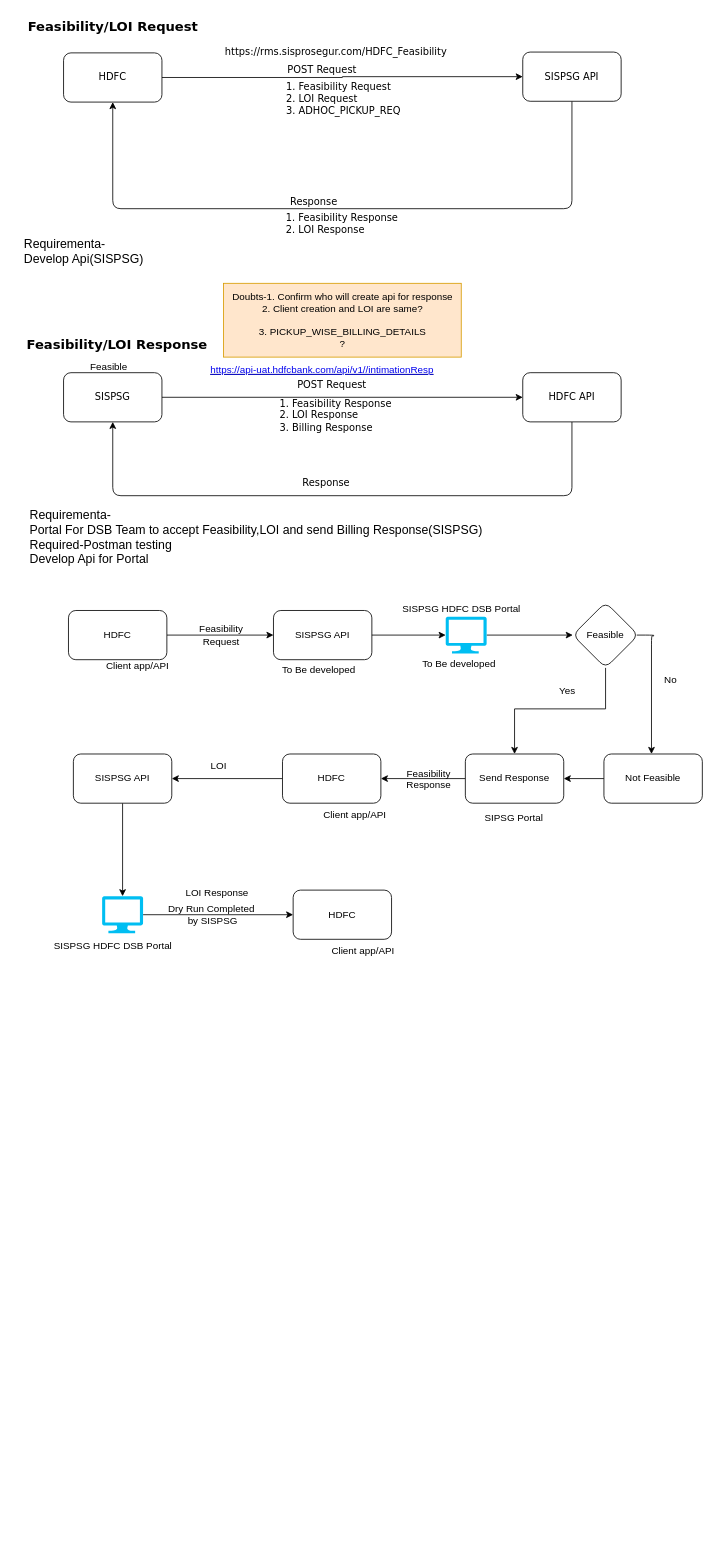
The draw.io diagram Hdfc.drawio in ubermachine/Drawio, before the edit. Source tidied: cells renumbered, new cells numbered last; positions are measured from the earlier drawing's top-left corner, leaving out a move shared by most shapes. Both pictures are drawn from the tidied source at 82%, with x=0, y=0 at pixel (14, 14).
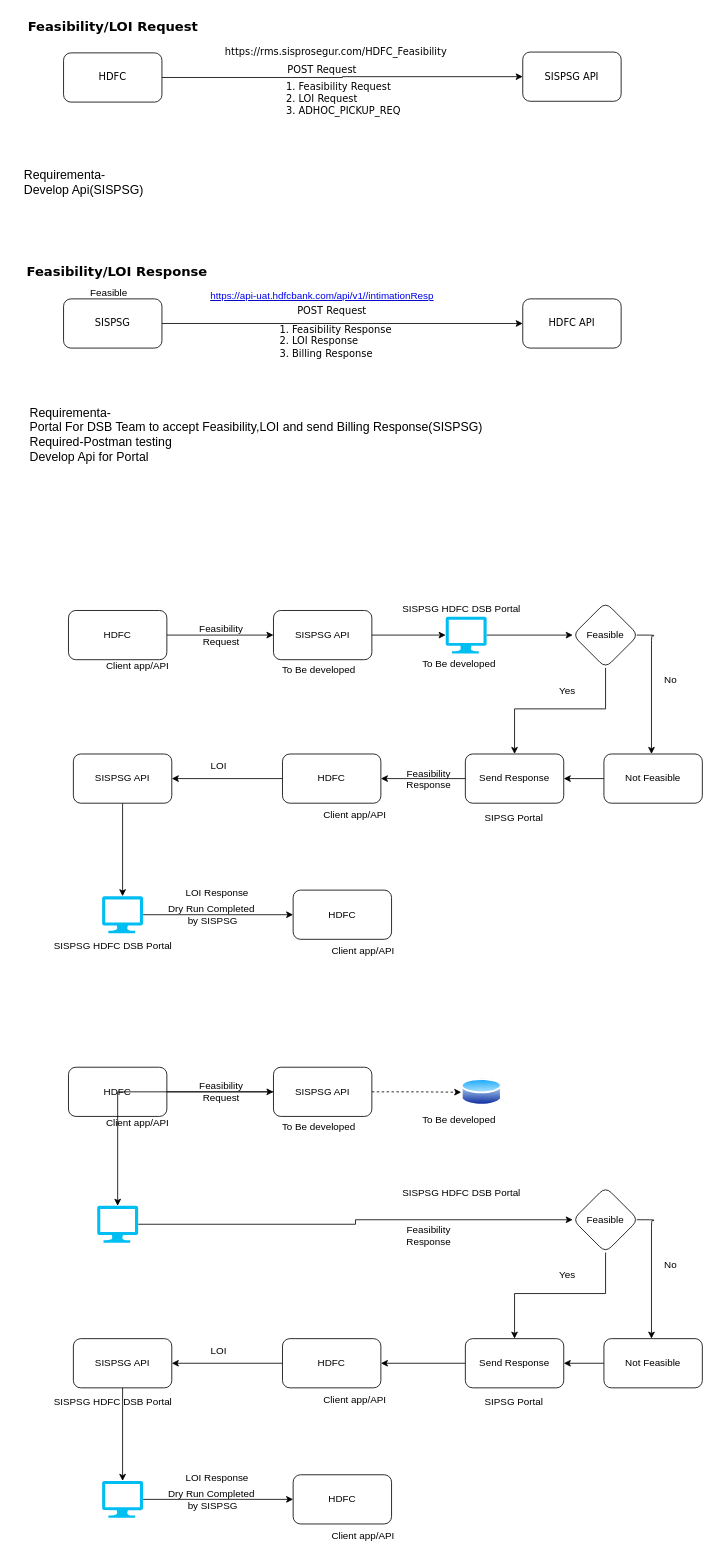
Above is the later version.

The change refers to these unchanged cells:
```xml
<mxCell id="3" value="HDFC" style="rounded=1;whiteSpace=wrap;html=1;fontStyle=0;fontFamily=Verdana;" parent="1" vertex="1">
  <mxGeometry x="60" y="47" width="120" height="60" as="geometry" />
</mxCell>
<mxCell id="5" value="SISPSG API" style="whiteSpace=wrap;html=1;rounded=1;fontStyle=0;fontFamily=Verdana;" parent="1" vertex="1">
  <mxGeometry x="620" y="46" width="120" height="60" as="geometry" />
</mxCell>
```

The edit, as a diff of the source:
```diff
@@
-    <mxCell id="4" style="edgeStyle=orthogonalEdgeStyle;rounded=1;jettySize=auto;html=1;exitX=0.5;exitY=1;exitDx=0;exitDy=0;entryX=0.5;entryY=1;entryDx=0;entryDy=0;fontFamily=Verdana;fontStyle=0;curved=0;" parent="1" edge="1" source="5" target="3">
-      <mxGeometry relative="1" as="geometry">
-        <Array as="points">
-          <mxPoint x="680" y="237" />
-          <mxPoint x="120" y="237" />
-        </Array>
-      </mxGeometry>
-    </mxCell>
@@
-    <mxCell id="7" value="&lt;div align=&quot;left&quot;&gt;&lt;ol&gt;&lt;li&gt;Feasibility Response&lt;/li&gt;&lt;li&gt;LOI Response&lt;/li&gt;&lt;/ol&gt;&lt;/div&gt;" style="text;html=1;align=center;verticalAlign=middle;strokeColor=none;fillColor=none;fontStyle=0;fontFamily=Verdana;" parent="1" vertex="1">
-      <mxGeometry x="292" y="220" width="190" height="70" as="geometry" />
-    </mxCell>
@@
-    <mxCell id="9" value="Response" style="text;html=1;align=center;verticalAlign=middle;strokeColor=none;fillColor=none;fontStyle=0;fontFamily=Verdana;" parent="1" vertex="1">
-      <mxGeometry x="320" y="214" width="90" height="30" as="geometry" />
-    </mxCell>
@@
     <mxCell id="12" value="Feasibility/LOI Response" style="text;html=1;align=center;verticalAlign=middle;strokeColor=none;fillColor=none;fontStyle=1;fontSize=16;fontFamily=Verdana;" parent="1" vertex="1">
-      <mxGeometry y="388" width="250" height="30" as="geometry" />
+      <mxGeometry y="298" width="250" height="30" as="geometry" />
     </mxCell>
@@
     <mxCell id="14" value="SISPSG" style="whiteSpace=wrap;html=1;rounded=1;fontStyle=0;fontFamily=Verdana;" parent="1" vertex="1">
-      <mxGeometry x="60" y="437" width="120" height="60" as="geometry" />
+      <mxGeometry x="60" y="347" width="120" height="60" as="geometry" />
     </mxCell>
-    <mxCell id="15" style="edgeStyle=orthogonalEdgeStyle;rounded=1;jettySize=auto;html=1;exitX=0.5;exitY=1;exitDx=0;exitDy=0;entryX=0.5;entryY=1;entryDx=0;entryDy=0;curved=0;" parent="1" edge="1" source="16" target="14">
-      <mxGeometry relative="1" as="geometry">
-        <Array as="points">
-          <mxPoint x="680" y="587" />
-          <mxPoint x="120" y="587" />
-        </Array>
-      </mxGeometry>
-    </mxCell>
     <mxCell id="16" value="HDFC API" style="whiteSpace=wrap;html=1;fontFamily=Verdana;rounded=1;fontStyle=0;" parent="1" vertex="1">
-      <mxGeometry x="620" y="437" width="120" height="60" as="geometry" />
+      <mxGeometry x="620" y="347" width="120" height="60" as="geometry" />
     </mxCell>
     <mxCell id="17" value="POST Request" style="text;html=1;align=center;verticalAlign=middle;strokeColor=none;fillColor=none;fontStyle=0;fontFamily=Verdana;" parent="1" vertex="1">
-      <mxGeometry x="332" y="437" width="110" height="30" as="geometry" />
+      <mxGeometry x="332" y="347" width="110" height="30" as="geometry" />
     </mxCell>
-    <mxCell id="18" value="Response" style="text;html=1;align=center;verticalAlign=middle;strokeColor=none;fillColor=none;fontStyle=0;fontFamily=Verdana;" parent="1" vertex="1">
-      <mxGeometry x="335" y="557" width="90" height="30" as="geometry" />
-    </mxCell>
     <mxCell id="19" value="&lt;u&gt;&lt;a title=&quot;Original URL: https://api-uat.hdfcbank.com/api/v1/dsb/intimationResp. Click or tap if you trust this link.&quot; target=&quot;_blank&quot; href=&quot;https://ind01.safelinks.protection.outlook.com/?url=https%3A%2F%2Fapi-uat.hdfcbank.com%2Fapi%2Fv1%2Fdsb%2FintimationResp&amp;amp;data=05%7C01%7Cshubham.pawar4%40hdfcbank.com%7C284244c8ec6b4c64b9b008db6e779bee%7C827fd02205a64e57be9ccc069b6ae62d%7C0%7C0%7C638225232243491934%7CUnknown%7CTWFpbGZsb3d8eyJWIjoiMC4wLjAwMDAiLCJQIjoiV2luMzIiLCJBTiI6Ik1haWwiLCJXVCI6Mn0%3D%7C3000%7C%7C%7C&amp;amp;sdata=QB7lebr9Tw6JcELbrLSqCNylo0V3PcAyTXZZP5ZpUk0%3D&amp;amp;reserved=0&quot;&gt;https://api-uat.hdfcbank.com/api/v1//intimationResp&lt;/a&gt;&lt;/u&gt;" style="text;html=1;align=center;verticalAlign=middle;strokeColor=none;fillColor=none;" parent="1" vertex="1">
-      <mxGeometry x="225" y="419" width="300" height="30" as="geometry" />
+      <mxGeometry x="225" y="329" width="300" height="30" as="geometry" />
     </mxCell>
     <mxCell id="20" value="&lt;div align=&quot;left&quot;&gt;&lt;ol&gt;&lt;li&gt;Feasibility Response&lt;/li&gt;&lt;li&gt;LOI Response&lt;/li&gt;&lt;li&gt;Billing Response&lt;br&gt;&lt;/li&gt;&lt;/ol&gt;&lt;/div&gt;" style="text;html=1;align=left;verticalAlign=middle;strokeColor=none;fillColor=none;fontStyle=0;fontFamily=Verdana;" parent="1" vertex="1">
-      <mxGeometry x="297" y="449" width="190" height="80" as="geometry" />
+      <mxGeometry x="297" y="359" width="190" height="80" as="geometry" />
     </mxCell>
-    <mxCell id="21" value="&lt;div&gt;Doubts-1. Confirm who will create api for response&lt;/div&gt;&lt;div&gt;2. Client creation and LOI are same?&lt;br&gt;&lt;/div&gt;&lt;div&gt;&lt;br&gt;&lt;/div&gt;&lt;div&gt;3. PICKUP_WISE_BILLING_DETAILS&lt;/div&gt;?" style="text;html=1;align=center;verticalAlign=middle;strokeColor=#d79b00;fillColor=#ffe6cc;" parent="1" vertex="1">
-      <mxGeometry x="255" y="328" width="290" height="90" as="geometry" />
-    </mxCell>
     <mxCell id="22" value="&lt;div align=&quot;left&quot; style=&quot;font-size: 15px;&quot;&gt;Requirementa-&lt;/div&gt;&lt;div align=&quot;left&quot; style=&quot;font-size: 15px;&quot;&gt;Portal For DSB Team to accept Feasibility,LOI and send Billing Response(SISPSG)&lt;/div&gt;&lt;div align=&quot;left&quot; style=&quot;font-size: 15px;&quot;&gt;Required-Postman testing&lt;/div&gt;&lt;div align=&quot;left&quot; style=&quot;font-size: 15px;&quot;&gt;Develop Api for Portal &lt;br style=&quot;font-size: 15px;&quot;&gt;&lt;/div&gt;" style="text;html=1;align=left;verticalAlign=middle;strokeColor=none;fillColor=none;fontSize=15;" parent="1" vertex="1">
-      <mxGeometry x="17" y="592" width="580" height="90" as="geometry" />
+      <mxGeometry x="17" y="467" width="580" height="90" as="geometry" />
     </mxCell>
     <mxCell id="23" value="&lt;div align=&quot;left&quot; style=&quot;font-size: 15px;&quot;&gt;Requirementa-&lt;/div&gt;&lt;div style=&quot;font-size: 15px;&quot;&gt;Develop Api(SISPSG)&lt;br style=&quot;font-size: 15px;&quot;&gt;&lt;/div&gt;&lt;div style=&quot;font-size: 15px;&quot;&gt;&lt;br style=&quot;font-size: 15px;&quot;&gt;&lt;/div&gt;&lt;div style=&quot;font-size: 15px;&quot;&gt;&lt;br style=&quot;font-size: 15px;&quot;&gt;&lt;/div&gt;" style="text;html=1;align=left;verticalAlign=middle;strokeColor=none;fillColor=none;fontSize=15;" parent="1" vertex="1">
-      <mxGeometry x="10" y="262" width="170" height="90" as="geometry" />
+      <mxGeometry x="10" y="177" width="170" height="90" as="geometry" />
     </mxCell>
     <mxCell id="24" value="Feasible" style="text;html=1;align=center;verticalAlign=middle;strokeColor=none;fillColor=none;" parent="1" vertex="1">
-      <mxGeometry x="80" y="415" width="70" height="30" as="geometry" />
+      <mxGeometry x="80" y="325" width="70" height="30" as="geometry" />
     </mxCell>
@@
+    <mxCell id="60" style="edgeStyle=orthogonalEdgeStyle;rounded=0;jettySize=auto;html=1;" parent="1" edge="1" source="61" target="64">
+      <mxGeometry relative="1" as="geometry" />
+    </mxCell>
+    <mxCell id="61" value="HDFC" style="rounded=1;whiteSpace=wrap;html=1;" parent="1" vertex="1">
+      <mxGeometry x="66" y="1284" width="120" height="60" as="geometry" />
+    </mxCell>
+    <mxCell id="62" style="edgeStyle=orthogonalEdgeStyle;rounded=0;jettySize=auto;html=1;" parent="1" edge="1" source="77" target="67">
+      <mxGeometry relative="1" as="geometry" />
+    </mxCell>
+    <mxCell id="63" style="edgeStyle=orthogonalEdgeStyle;rounded=0;jettySize=auto;html=1;dashed=1;" parent="1" edge="1" source="64" target="96">
+      <mxGeometry relative="1" as="geometry" />
+    </mxCell>
+    <mxCell id="64" value="SISPSG API" style="rounded=1;whiteSpace=wrap;html=1;" parent="1" vertex="1">
+      <mxGeometry x="316" y="1284" width="120" height="60" as="geometry" />
+    </mxCell>
+    <mxCell id="65" style="edgeStyle=orthogonalEdgeStyle;rounded=1;orthogonalLoop=1;jettySize=auto;html=1;exitX=1;exitY=0.5;exitDx=0;exitDy=0;curved=0;" parent="1" edge="1">
+      <mxGeometry relative="1" as="geometry">
+        <mxPoint x="759" y="1470" as="sourcePoint" />
+        <mxPoint x="777" y="1615" as="targetPoint" />
+        <Array as="points">
+          <mxPoint x="780" y="1470" />
+          <mxPoint x="777" y="1471" />
+        </Array>
+      </mxGeometry>
+    </mxCell>
+    <mxCell id="66" style="edgeStyle=orthogonalEdgeStyle;rounded=0;jettySize=auto;html=1;entryX=0.5;entryY=0;entryDx=0;entryDy=0;" parent="1" edge="1" source="67" target="72">
+      <mxGeometry relative="1" as="geometry">
+        <Array as="points">
+          <mxPoint x="721" y="1560" />
+          <mxPoint x="610" y="1560" />
+        </Array>
+      </mxGeometry>
+    </mxCell>
+    <mxCell id="67" value="Feasible" style="rhombus;whiteSpace=wrap;html=1;rounded=1;" parent="1" vertex="1">
+      <mxGeometry x="681" y="1430" width="80" height="80" as="geometry" />
+    </mxCell>
+    <mxCell id="68" style="edgeStyle=orthogonalEdgeStyle;rounded=0;jettySize=auto;html=1;entryX=1;entryY=0.5;entryDx=0;entryDy=0;" parent="1" edge="1" source="69" target="72">
+      <mxGeometry relative="1" as="geometry" />
+    </mxCell>
+    <mxCell id="69" value="Not Feasible" style="whiteSpace=wrap;html=1;rounded=1;" parent="1" vertex="1">
+      <mxGeometry x="719" y="1615" width="120" height="60" as="geometry" />
+    </mxCell>
+    <mxCell id="70" value="No" style="text;html=1;align=center;verticalAlign=middle;strokeColor=none;fillColor=none;" parent="1" vertex="1">
+      <mxGeometry x="780" y="1510" width="40" height="30" as="geometry" />
+    </mxCell>
+    <mxCell id="71" style="edgeStyle=orthogonalEdgeStyle;rounded=0;jettySize=auto;html=1;" parent="1" edge="1" source="72" target="75">
+      <mxGeometry relative="1" as="geometry" />
+    </mxCell>
+    <mxCell id="72" value="Send Response" style="whiteSpace=wrap;html=1;rounded=1;" parent="1" vertex="1">
+      <mxGeometry x="550" y="1615" width="120" height="60" as="geometry" />
+    </mxCell>
+    <mxCell id="73" value="Yes" style="text;html=1;align=center;verticalAlign=middle;strokeColor=none;fillColor=none;" parent="1" vertex="1">
+      <mxGeometry x="654" y="1522.5" width="40" height="30" as="geometry" />
+    </mxCell>
+    <mxCell id="74" style="edgeStyle=orthogonalEdgeStyle;rounded=0;jettySize=auto;html=1;" parent="1" edge="1" source="75" target="84">
+      <mxGeometry relative="1" as="geometry" />
+    </mxCell>
+    <mxCell id="75" value="HDFC " style="whiteSpace=wrap;html=1;rounded=1;" parent="1" vertex="1">
+      <mxGeometry x="327" y="1615" width="120" height="60" as="geometry" />
+    </mxCell>
+    <mxCell id="76" value="SIPSG Portal" style="text;html=1;align=center;verticalAlign=middle;strokeColor=none;fillColor=none;" parent="1" vertex="1">
+      <mxGeometry x="564" y="1678" width="90" height="30" as="geometry" />
+    </mxCell>
+    <mxCell id="77" style="verticalLabelPosition=bottom;html=1;verticalAlign=top;align=center;strokeColor=none;fillColor=#00BEF2;shape=mxgraph.azure.computer;" parent="1" vertex="1">
+      <mxGeometry x="101" y="1453" width="50" height="45" as="geometry" />
+    </mxCell>
+    <mxCell id="78" style="edgeStyle=orthogonalEdgeStyle;rounded=0;jettySize=auto;html=1;" parent="1" edge="1" source="64" target="77">
+      <mxGeometry relative="1" as="geometry" />
+    </mxCell>
+    <mxCell id="79" value="SISPSG HDFC DSB Portal" style="text;html=1;align=center;verticalAlign=middle;strokeColor=none;fillColor=none;" parent="1" vertex="1">
+      <mxGeometry x="460" y="1423" width="170" height="30" as="geometry" />
+    </mxCell>
+    <mxCell id="80" value="To Be developed" style="text;html=1;align=center;verticalAlign=middle;strokeColor=none;fillColor=none;" parent="1" vertex="1">
+      <mxGeometry x="316" y="1342" width="110" height="30" as="geometry" />
+    </mxCell>
+    <mxCell id="81" value="Client app/API" style="text;html=1;align=center;verticalAlign=middle;strokeColor=none;fillColor=none;" parent="1" vertex="1">
+      <mxGeometry x="100" y="1336.5" width="100" height="30" as="geometry" />
+    </mxCell>
+    <mxCell id="82" value="To Be developed" style="text;html=1;align=center;verticalAlign=middle;strokeColor=none;fillColor=none;" parent="1" vertex="1">
+      <mxGeometry x="487" y="1334" width="110" height="30" as="geometry" />
+    </mxCell>
+    <mxCell id="83" style="edgeStyle=orthogonalEdgeStyle;rounded=0;jettySize=auto;html=1;" parent="1" edge="1" source="84" target="90">
+      <mxGeometry relative="1" as="geometry" />
+    </mxCell>
+    <mxCell id="84" value="SISPSG API" style="whiteSpace=wrap;html=1;rounded=1;" parent="1" vertex="1">
+      <mxGeometry x="72" y="1615" width="120" height="60" as="geometry" />
+    </mxCell>
+    <mxCell id="85" value="LOI" style="text;html=1;align=center;verticalAlign=middle;strokeColor=none;fillColor=none;" parent="1" vertex="1">
+      <mxGeometry x="229" y="1615" width="40" height="30" as="geometry" />
+    </mxCell>
+    <mxCell id="86" value="HDFC " style="whiteSpace=wrap;html=1;rounded=1;" parent="1" vertex="1">
+      <mxGeometry x="340" y="1781" width="120" height="60" as="geometry" />
+    </mxCell>
+    <mxCell id="87" value="&lt;div&gt;Dry Run Completed&lt;/div&gt;&lt;div&gt;&amp;nbsp;by SISPSG&lt;/div&gt;" style="text;html=1;align=center;verticalAlign=middle;strokeColor=none;fillColor=none;" parent="1" vertex="1">
+      <mxGeometry x="175" y="1791" width="130" height="40" as="geometry" />
+    </mxCell>
+    <mxCell id="88" value="&lt;div&gt;Feasibility&lt;/div&gt;&lt;div&gt;Response&lt;br&gt;&lt;/div&gt;&lt;div&gt;&amp;nbsp;&lt;/div&gt;" style="text;html=1;align=center;verticalAlign=middle;strokeColor=none;fillColor=none;" parent="1" vertex="1">
+      <mxGeometry x="465" y="1467" width="80" height="60" as="geometry" />
+    </mxCell>
+    <mxCell id="89" style="edgeStyle=orthogonalEdgeStyle;rounded=0;jettySize=auto;html=1;exitX=1;exitY=0.5;exitDx=0;exitDy=0;exitPerimeter=0;" parent="1" edge="1" source="90" target="86">
+      <mxGeometry relative="1" as="geometry" />
+    </mxCell>
+    <mxCell id="90" style="verticalLabelPosition=bottom;html=1;verticalAlign=top;align=center;strokeColor=none;fillColor=#00BEF2;shape=mxgraph.azure.computer;" parent="1" vertex="1">
+      <mxGeometry x="107" y="1788.5" width="50" height="45" as="geometry" />
+    </mxCell>
+    <mxCell id="91" value="SISPSG HDFC DSB Portal" style="text;html=1;align=center;verticalAlign=middle;strokeColor=none;fillColor=none;" parent="1" vertex="1">
+      <mxGeometry x="35" y="1677.5" width="170" height="30" as="geometry" />
+    </mxCell>
+    <mxCell id="92" value="LOI Response" style="text;html=1;align=center;verticalAlign=middle;strokeColor=none;fillColor=none;" parent="1" vertex="1">
+      <mxGeometry x="197" y="1770" width="100" height="30" as="geometry" />
+    </mxCell>
+    <mxCell id="93" value="Client app/API" style="text;html=1;align=center;verticalAlign=middle;strokeColor=none;fillColor=none;" parent="1" vertex="1">
+      <mxGeometry x="365" y="1675" width="100" height="30" as="geometry" />
+    </mxCell>
+    <mxCell id="94" value="Client app/API" style="text;html=1;align=center;verticalAlign=middle;strokeColor=none;fillColor=none;" parent="1" vertex="1">
+      <mxGeometry x="375" y="1841" width="100" height="30" as="geometry" />
+    </mxCell>
+    <mxCell id="95" value="&lt;div&gt;Feasibility&lt;/div&gt;&lt;div&gt;Request&lt;br&gt;&lt;/div&gt;" style="text;html=1;align=center;verticalAlign=middle;strokeColor=none;fillColor=none;" parent="1" vertex="1">
+      <mxGeometry x="212" y="1294" width="80" height="40" as="geometry" />
+    </mxCell>
+    <mxCell id="96" style="image;perimeter=ellipsePerimeter;html=1;align=center;shadow=0;dashed=0;spacingTop=3;image=img/lib/active_directory/database.svg;" parent="1" vertex="1">
+      <mxGeometry x="545" y="1296" width="50" height="37" as="geometry" />
+    </mxCell>
```
